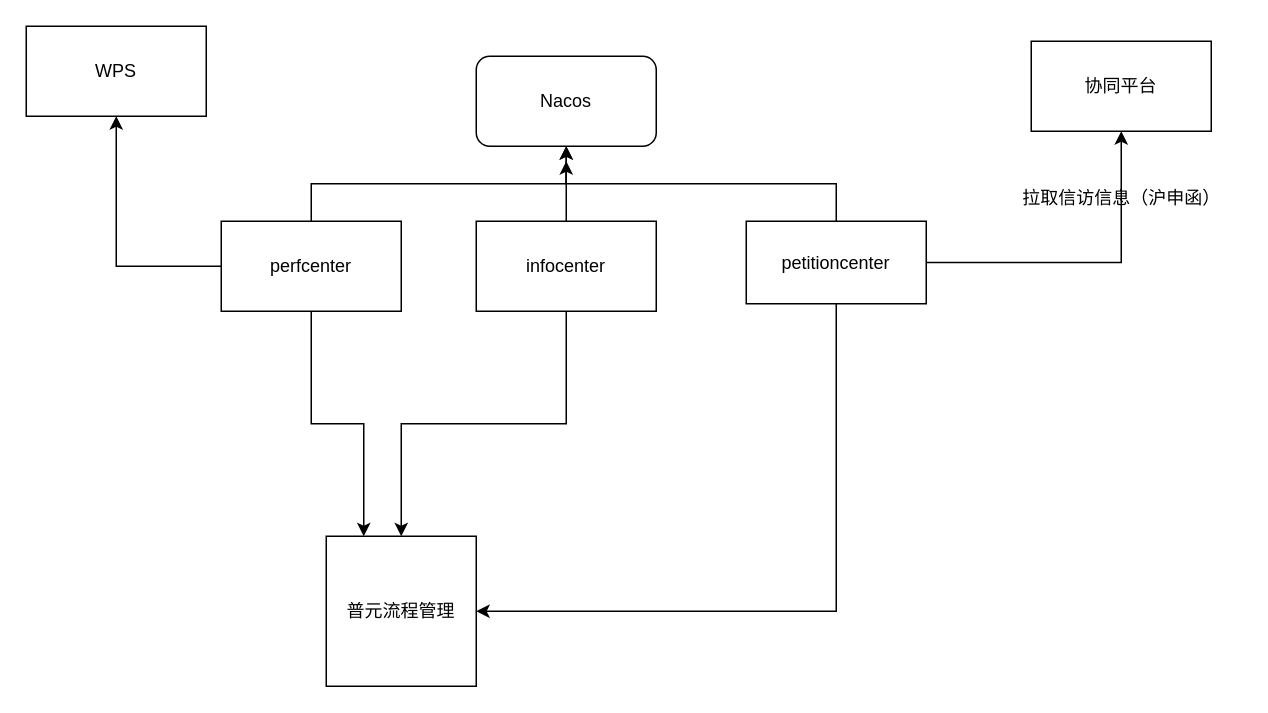
This is sdy架构设计.drawio from yylovell/yy, a draw.io file, before an edit. Source tidied: cells renumbered, new cells numbered last; positions are measured from the earlier drawing's top-left corner, leaving out a move shared by most shapes. Both pictures are drawn from the tidied source at 150%, with x=0, y=0 at pixel (26, 26).
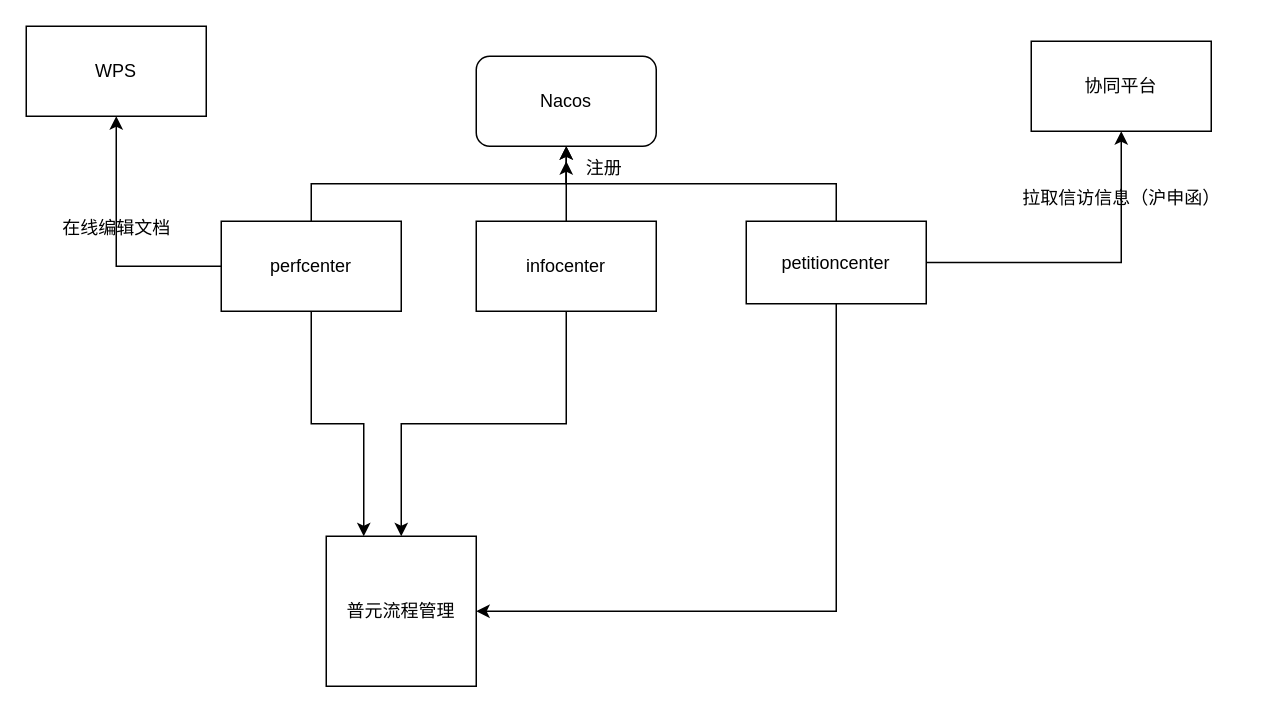
The same page after the edit.

Commit message (it also covers changes not shown here):
更新sdy架构设计.drawio

What changed in the source:
```diff
@@
+    <mxCell id="18" value="在线编辑文档" style="text;html=1;align=center;verticalAlign=middle;strokeColor=none;fillColor=none;" parent="1" vertex="1">
+      <mxGeometry x="10" y="120" width="100" height="30" as="geometry" />
+    </mxCell>
+    <mxCell id="19" value="注册" style="text;html=1;align=center;verticalAlign=middle;strokeColor=none;fillColor=none;" parent="1" vertex="1">
+      <mxGeometry x="360" y="80" width="50" height="30" as="geometry" />
+    </mxCell>
```
